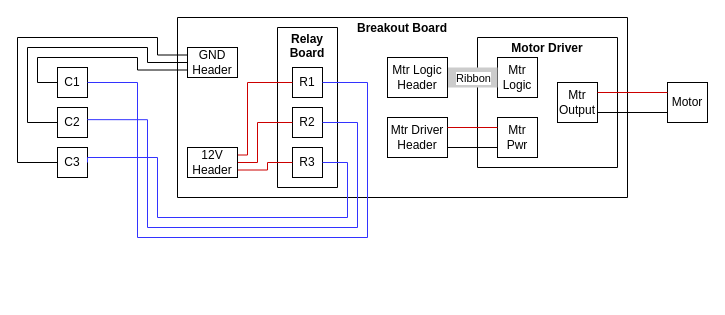
AHNox/TTB-KiCAD-FIles keeps this draw.io diagram as Breakout Board Wiring Diagram.drawio. Above is the earlier version. Source tidied: cells renumbered, new cells numbered last; positions are measured from the earlier drawing's top-left corner, leaving out a move shared by most shapes. Both pictures are drawn from the tidied source at 100%, with x=0, y=0 at pixel (17, 17).
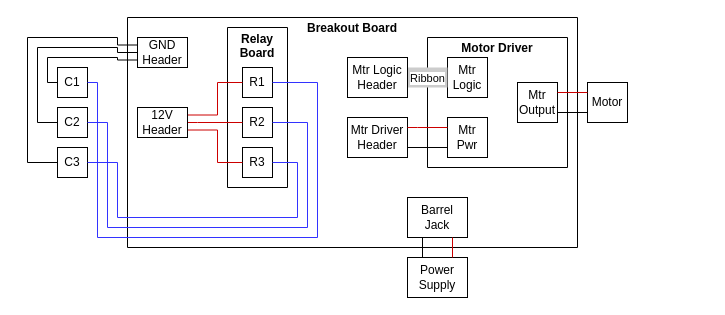
The same page after the edit.

Unchanged cells that the change refers to:
```xml
<mxCell id="4" value="R3" style="whiteSpace=wrap;html=1;" parent="3" vertex="1">
  <mxGeometry x="15" y="120" width="30" height="30" as="geometry" />
</mxCell>
<mxCell id="5" value="R2" style="whiteSpace=wrap;html=1;" parent="3" vertex="1">
  <mxGeometry x="15" y="80" width="30" height="30" as="geometry" />
</mxCell>
<mxCell id="6" value="R1" style="whiteSpace=wrap;html=1;" parent="3" vertex="1">
  <mxGeometry x="15" y="40" width="30" height="30" as="geometry" />
</mxCell>
<mxCell id="7" value="Motor Driver" style="swimlane;startSize=0;spacingTop=20;" parent="2" vertex="1">
  <mxGeometry x="300" y="20" width="140" height="130" as="geometry" />
</mxCell>
<mxCell id="8" value="Mtr Pwr" style="whiteSpace=wrap;html=1;" parent="7" vertex="1">
  <mxGeometry x="20" y="80" width="40" height="40" as="geometry" />
</mxCell>
<mxCell id="23" value="C1" style="whiteSpace=wrap;html=1;" parent="1" vertex="1">
  <mxGeometry x="40" y="50" width="30" height="30" as="geometry" />
</mxCell>
<mxCell id="25" value="C2" style="whiteSpace=wrap;html=1;" parent="1" vertex="1">
  <mxGeometry x="40" y="90" width="30" height="30" as="geometry" />
</mxCell>
<mxCell id="27" value="C3" style="whiteSpace=wrap;html=1;" parent="1" vertex="1">
  <mxGeometry x="40" y="130" width="30" height="30" as="geometry" />
</mxCell>
```

Change to the diagram source:
```diff
@@
     <mxCell id="2" value="Breakout Board" style="swimlane;startSize=0;spacingTop=20;spacingLeft=0;" parent="1" vertex="1">
-      <mxGeometry x="160" width="450" height="180" as="geometry" />
+      <mxGeometry x="110" width="450" height="230" as="geometry" />
     </mxCell>
@@
     <mxCell id="10" value="Mtr&lt;div&gt;Output&lt;/div&gt;" style="whiteSpace=wrap;html=1;" parent="7" vertex="1">
-      <mxGeometry x="80" y="45" width="40" height="40" as="geometry" />
+      <mxGeometry x="90" y="45" width="40" height="40" as="geometry" />
     </mxCell>
     <mxCell id="11" style="edgeStyle=orthogonalEdgeStyle;rounded=0;jettySize=auto;html=1;exitX=1;exitY=0.75;exitDx=0;exitDy=0;entryX=0;entryY=0.5;entryDx=0;entryDy=0;strokeColor=#CC0000;endArrow=none;startFill=0;" parent="2" edge="1" source="14" target="4">
       <mxGeometry relative="1" as="geometry">
         <Array as="points">
-          <mxPoint x="90" y="153" />
+          <mxPoint x="90" y="113" />
           <mxPoint x="90" y="145" />
         </Array>
       </mxGeometry>
     </mxCell>
     <mxCell id="12" style="edgeStyle=orthogonalEdgeStyle;rounded=0;jettySize=auto;html=1;exitX=1;exitY=0.5;exitDx=0;exitDy=0;entryX=0;entryY=0.5;entryDx=0;entryDy=0;strokeColor=#CC0000;endArrow=none;startFill=0;" parent="2" edge="1" source="14" target="5">
       <mxGeometry relative="1" as="geometry">
         <Array as="points">
-          <mxPoint x="80" y="145" />
-          <mxPoint x="80" y="105" />
+          <mxPoint x="70" y="105" />
+          <mxPoint x="70" y="105" />
         </Array>
       </mxGeometry>
     </mxCell>
     <mxCell id="13" style="edgeStyle=orthogonalEdgeStyle;rounded=0;jettySize=auto;html=1;exitX=1;exitY=0.25;exitDx=0;exitDy=0;entryX=0;entryY=0.5;entryDx=0;entryDy=0;endArrow=none;startFill=0;strokeColor=#CC0000;" parent="2" edge="1" source="14" target="6">
       <mxGeometry relative="1" as="geometry">
         <Array as="points">
-          <mxPoint x="70" y="137" />
-          <mxPoint x="70" y="65" />
+          <mxPoint x="90" y="98" />
+          <mxPoint x="90" y="65" />
         </Array>
       </mxGeometry>
     </mxCell>
     <mxCell id="14" value="12V&lt;div&gt;Header&lt;/div&gt;" style="rounded=0;whiteSpace=wrap;html=1;" parent="2" vertex="1">
-      <mxGeometry x="10" y="130" width="50" height="30" as="geometry" />
+      <mxGeometry x="10" y="90" width="50" height="30" as="geometry" />
     </mxCell>
     <mxCell id="15" value="&lt;div&gt;GND&lt;/div&gt;&lt;div&gt;Header&lt;/div&gt;" style="rounded=0;whiteSpace=wrap;html=1;" parent="2" vertex="1">
-      <mxGeometry x="10" y="30" width="50" height="30" as="geometry" />
+      <mxGeometry x="10" y="20" width="50" height="30" as="geometry" />
     </mxCell>
     <mxCell id="16" style="edgeStyle=orthogonalEdgeStyle;rounded=0;jettySize=auto;html=1;exitX=1;exitY=0.75;exitDx=0;exitDy=0;entryX=0;entryY=0.75;entryDx=0;entryDy=0;endArrow=none;startFill=0;" parent="2" edge="1" source="17" target="8">
       <mxGeometry relative="1" as="geometry">
         <Array as="points">
-          <mxPoint x="250" y="133" />
-          <mxPoint x="250" y="130" />
+          <mxPoint x="270" y="130" />
         </Array>
       </mxGeometry>
     </mxCell>
     <mxCell id="17" value="Mtr Driver Header" style="rounded=0;whiteSpace=wrap;html=1;" parent="2" vertex="1">
-      <mxGeometry x="210" y="100" width="60" height="40" as="geometry" />
+      <mxGeometry x="220" y="100" width="60" height="40" as="geometry" />
     </mxCell>
-    <mxCell id="18" style="edgeStyle=orthogonalEdgeStyle;rounded=0;jettySize=auto;html=1;entryX=0;entryY=0.25;entryDx=0;entryDy=0;endArrow=none;startFill=0;strokeColor=#CC0000;" parent="2" edge="1" target="8">
+    <mxCell id="18" style="edgeStyle=orthogonalEdgeStyle;rounded=0;jettySize=auto;html=1;entryX=0;entryY=0.25;entryDx=0;entryDy=0;endArrow=none;startFill=0;strokeColor=#CC0000;exitX=1;exitY=0.25;exitDx=0;exitDy=0;" parent="2" edge="1" source="17" target="8">
       <mxGeometry relative="1" as="geometry">
-        <mxPoint x="270" y="110" as="sourcePoint" />
         <Array as="points">
-          <mxPoint x="270" y="110" />
+          <mxPoint x="290" y="110" />
+          <mxPoint x="290" y="110" />
         </Array>
       </mxGeometry>
     </mxCell>
@@
     <mxCell id="21" value="Mtr Logic&lt;div&gt;Header&lt;/div&gt;" style="rounded=0;whiteSpace=wrap;html=1;" parent="2" vertex="1">
-      <mxGeometry x="210" y="40" width="60" height="40" as="geometry" />
+      <mxGeometry x="220" y="40" width="60" height="40" as="geometry" />
     </mxCell>
+    <mxCell id="34" value="Barrel Jack" style="rounded=0;whiteSpace=wrap;html=1;" parent="2" vertex="1">
+      <mxGeometry x="280" y="180" width="60" height="40" as="geometry" />
+    </mxCell>
-    <mxCell id="22" style="edgeStyle=orthogonalEdgeStyle;rounded=0;jettySize=auto;html=1;exitX=0;exitY=0.5;exitDx=0;exitDy=0;entryX=0;entryY=0.75;entryDx=0;entryDy=0;endArrow=none;startFill=0;" parent="1" edge="1" source="23" target="15">
+    <mxCell id="22" style="edgeStyle=orthogonalEdgeStyle;rounded=0;jettySize=auto;html=1;exitX=0;exitY=0.5;exitDx=0;exitDy=0;endArrow=none;startFill=0;entryX=0;entryY=0.75;entryDx=0;entryDy=0;" parent="1" edge="1" source="23" target="15">
       <mxGeometry relative="1" as="geometry">
         <Array as="points">
-          <mxPoint x="20" y="65" />
-          <mxPoint x="20" y="40" />
-          <mxPoint x="120" y="40" />
-          <mxPoint x="120" y="53" />
+          <mxPoint x="30" y="65" />
+          <mxPoint x="30" y="40" />
+          <mxPoint x="100" y="40" />
+          <mxPoint x="100" y="43" />
         </Array>
       </mxGeometry>
     </mxCell>
@@
     <mxCell id="24" style="edgeStyle=orthogonalEdgeStyle;rounded=0;jettySize=auto;html=1;exitX=0;exitY=0.5;exitDx=0;exitDy=0;entryX=0;entryY=0.5;entryDx=0;entryDy=0;endArrow=none;startFill=0;" parent="1" edge="1" source="25" target="15">
       <mxGeometry relative="1" as="geometry">
         <Array as="points">
-          <mxPoint x="10" y="105" />
-          <mxPoint x="10" y="30" />
-          <mxPoint x="130" y="30" />
-          <mxPoint x="130" y="45" />
+          <mxPoint x="20" y="105" />
+          <mxPoint x="20" y="30" />
+          <mxPoint x="100" y="30" />
+          <mxPoint x="100" y="35" />
         </Array>
       </mxGeometry>
     </mxCell>
@@
-    <mxCell id="26" style="edgeStyle=orthogonalEdgeStyle;rounded=0;jettySize=auto;html=1;exitX=0;exitY=0.5;exitDx=0;exitDy=0;entryX=0;entryY=0.25;entryDx=0;entryDy=0;endArrow=none;startFill=0;" parent="1" edge="1" source="27" target="15">
+    <mxCell id="26" style="edgeStyle=orthogonalEdgeStyle;rounded=0;jettySize=auto;html=1;exitX=0;exitY=0.5;exitDx=0;exitDy=0;endArrow=none;startFill=0;entryX=0;entryY=0.25;entryDx=0;entryDy=0;" parent="1" edge="1" source="27" target="15">
       <mxGeometry relative="1" as="geometry">
         <Array as="points">
-          <mxPoint y="145" />
-          <mxPoint y="20" />
-          <mxPoint x="140" y="20" />
-          <mxPoint x="140" y="38" />
+          <mxPoint x="10" y="145" />
+          <mxPoint x="10" y="20" />
+          <mxPoint x="100" y="20" />
+          <mxPoint x="100" y="27" />
+          <mxPoint x="120" y="27" />
         </Array>
       </mxGeometry>
     </mxCell>
@@
     <mxCell id="28" style="edgeStyle=orthogonalEdgeStyle;rounded=0;jettySize=auto;html=1;exitX=1;exitY=0.5;exitDx=0;exitDy=0;entryX=1;entryY=0.5;entryDx=0;entryDy=0;startArrow=none;startFill=0;endArrow=none;strokeColor=#3333FF;" parent="1" edge="1" source="4" target="27">
       <mxGeometry relative="1" as="geometry">
         <Array as="points">
-          <mxPoint x="330" y="145" />
-          <mxPoint x="330" y="200" />
-          <mxPoint x="140" y="200" />
-          <mxPoint x="140" y="140" />
-          <mxPoint x="70" y="140" />
+          <mxPoint x="280" y="145" />
+          <mxPoint x="280" y="200" />
+          <mxPoint x="100" y="200" />
+          <mxPoint x="100" y="145" />
         </Array>
       </mxGeometry>
     </mxCell>
-    <mxCell id="29" style="edgeStyle=orthogonalEdgeStyle;rounded=0;jettySize=auto;html=1;exitX=1;exitY=0.5;exitDx=0;exitDy=0;entryX=0.993;entryY=0.405;entryDx=0;entryDy=0;endArrow=none;startFill=0;strokeColor=#3333FF;entryPerimeter=0;" parent="1" edge="1" source="5" target="25">
+    <mxCell id="29" style="edgeStyle=orthogonalEdgeStyle;rounded=0;jettySize=auto;html=1;exitX=1;exitY=0.5;exitDx=0;exitDy=0;entryX=1;entryY=0.5;entryDx=0;entryDy=0;endArrow=none;startFill=0;strokeColor=#3333FF;" parent="1" edge="1" source="5" target="25">
       <mxGeometry relative="1" as="geometry">
         <Array as="points">
-          <mxPoint x="340" y="105" />
-          <mxPoint x="340" y="210" />
-          <mxPoint x="130" y="210" />
-          <mxPoint x="130" y="102" />
+          <mxPoint x="290" y="105" />
+          <mxPoint x="290" y="210" />
+          <mxPoint x="90" y="210" />
+          <mxPoint x="90" y="105" />
         </Array>
       </mxGeometry>
     </mxCell>
     <mxCell id="30" style="edgeStyle=orthogonalEdgeStyle;rounded=0;jettySize=auto;html=1;exitX=1;exitY=0.5;exitDx=0;exitDy=0;entryX=1;entryY=0.5;entryDx=0;entryDy=0;endArrow=none;startFill=0;strokeColor=#3333FF;" parent="1" edge="1" source="6" target="23">
       <mxGeometry relative="1" as="geometry">
         <Array as="points">
-          <mxPoint x="350" y="65" />
-          <mxPoint x="350" y="220" />
-          <mxPoint x="120" y="220" />
-          <mxPoint x="120" y="65" />
+          <mxPoint x="300" y="65" />
+          <mxPoint x="300" y="220" />
+          <mxPoint x="80" y="220" />
+          <mxPoint x="80" y="65" />
         </Array>
       </mxGeometry>
     </mxCell>
     <mxCell id="31" value="Motor" style="whiteSpace=wrap;html=1;" parent="1" vertex="1">
-      <mxGeometry x="650" y="65" width="40" height="40" as="geometry" />
+      <mxGeometry x="570" y="65" width="40" height="40" as="geometry" />
     </mxCell>
@@
+    <mxCell id="35" value="Power Supply" style="rounded=0;whiteSpace=wrap;html=1;" parent="1" vertex="1">
+      <mxGeometry x="390" y="240" width="60" height="40" as="geometry" />
+    </mxCell>
+    <mxCell id="36" style="edgeStyle=orthogonalEdgeStyle;rounded=0;jettySize=auto;html=1;entryX=0.75;entryY=0;entryDx=0;entryDy=0;endArrow=none;startFill=0;strokeColor=#CC0000;exitX=0.75;exitY=1;exitDx=0;exitDy=0;" parent="1" edge="1" source="34" target="35">
+      <mxGeometry relative="1" as="geometry">
+        <Array as="points">
+          <mxPoint x="435" y="220" />
+          <mxPoint x="435" y="220" />
+        </Array>
+      </mxGeometry>
+    </mxCell>
+    <mxCell id="37" style="edgeStyle=orthogonalEdgeStyle;rounded=0;jettySize=auto;html=1;exitX=0.25;exitY=1;exitDx=0;exitDy=0;endArrow=none;startFill=0;entryX=0.25;entryY=0;entryDx=0;entryDy=0;" parent="1" edge="1" source="34" target="35">
+      <mxGeometry relative="1" as="geometry">
+        <Array as="points">
+          <mxPoint x="405" y="240" />
+          <mxPoint x="405" y="240" />
+        </Array>
+      </mxGeometry>
+    </mxCell>
```
